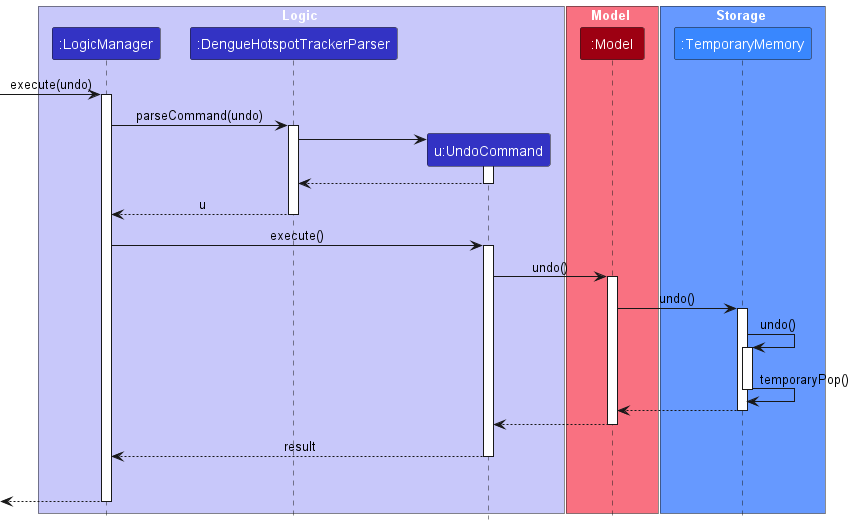
nus-cs2103-AY2223S2/tp keeps this PlantUML diagram as docs/images/UndoSequenceDiagram.png. Above is the earlier version.
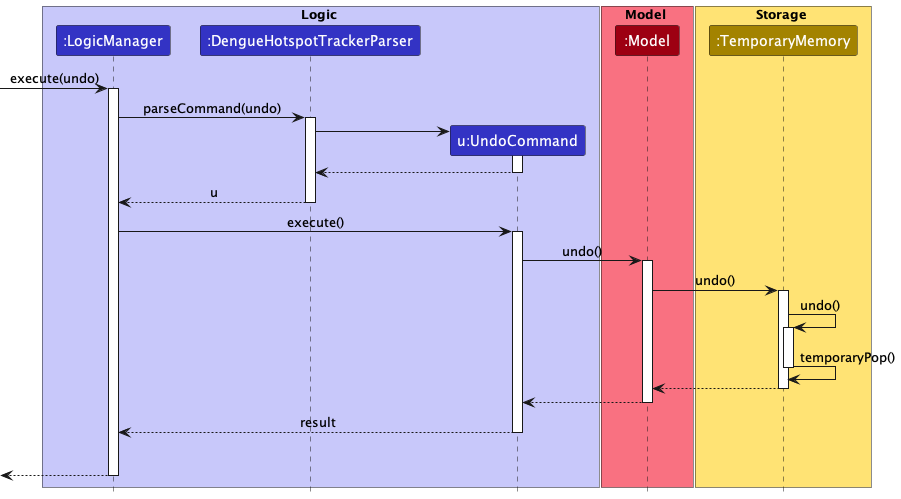
After the commit.

Commit message:
Update hungyee's diagram

The edit, as a diff of the source:
```diff
@@ -10,8 +10,8 @@
 box Model MODEL_COLOR_T1
 participant ":Model" as Model MODEL_COLOR
 end box
-box Storage #6699FF
-participant ":TemporaryMemory" as TemporaryMemory #3987FE
+box Storage STORAGE_COLOR_T1
+participant ":TemporaryMemory" as TemporaryMemory STORAGE_COLOR
 end box
 [-> LogicManager : execute(undo)
 activate LogicManager
```
